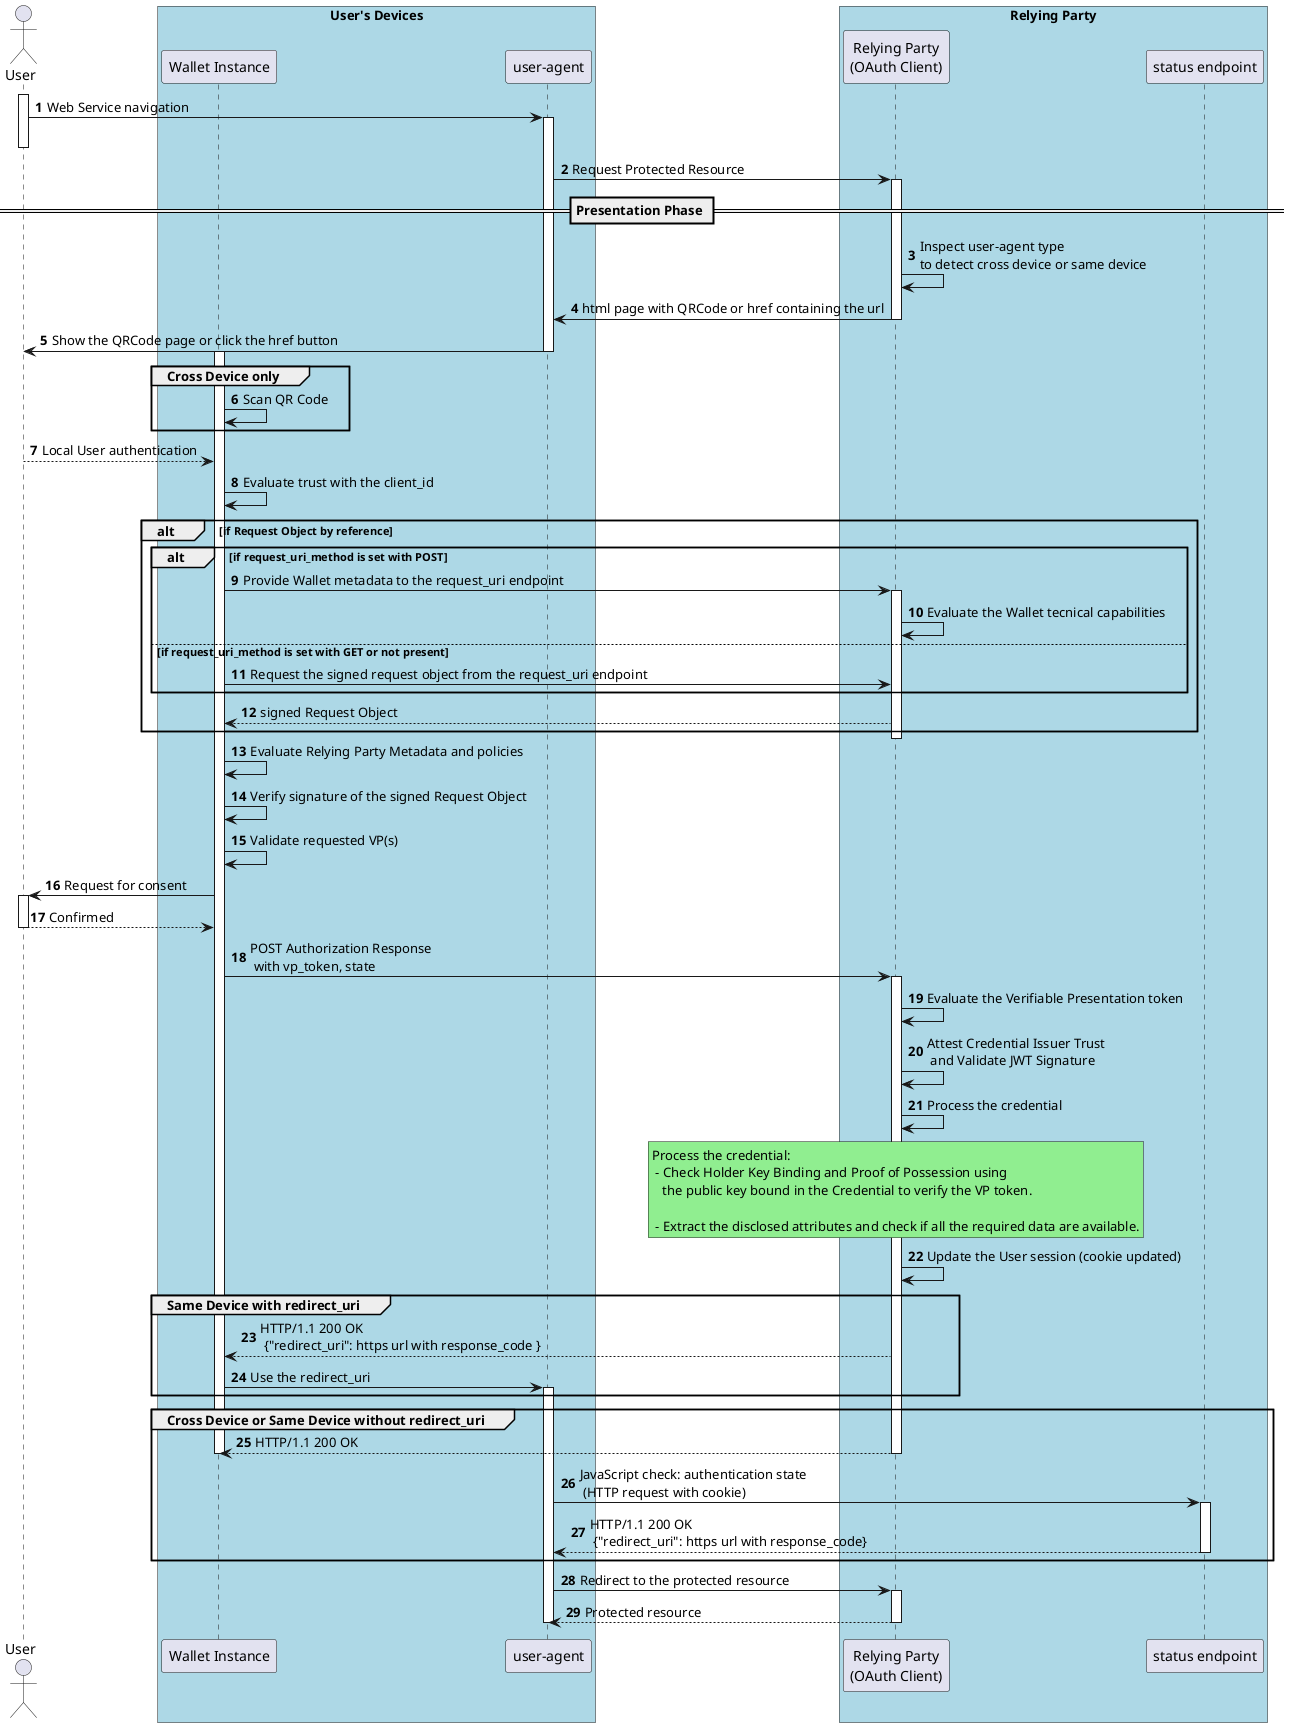
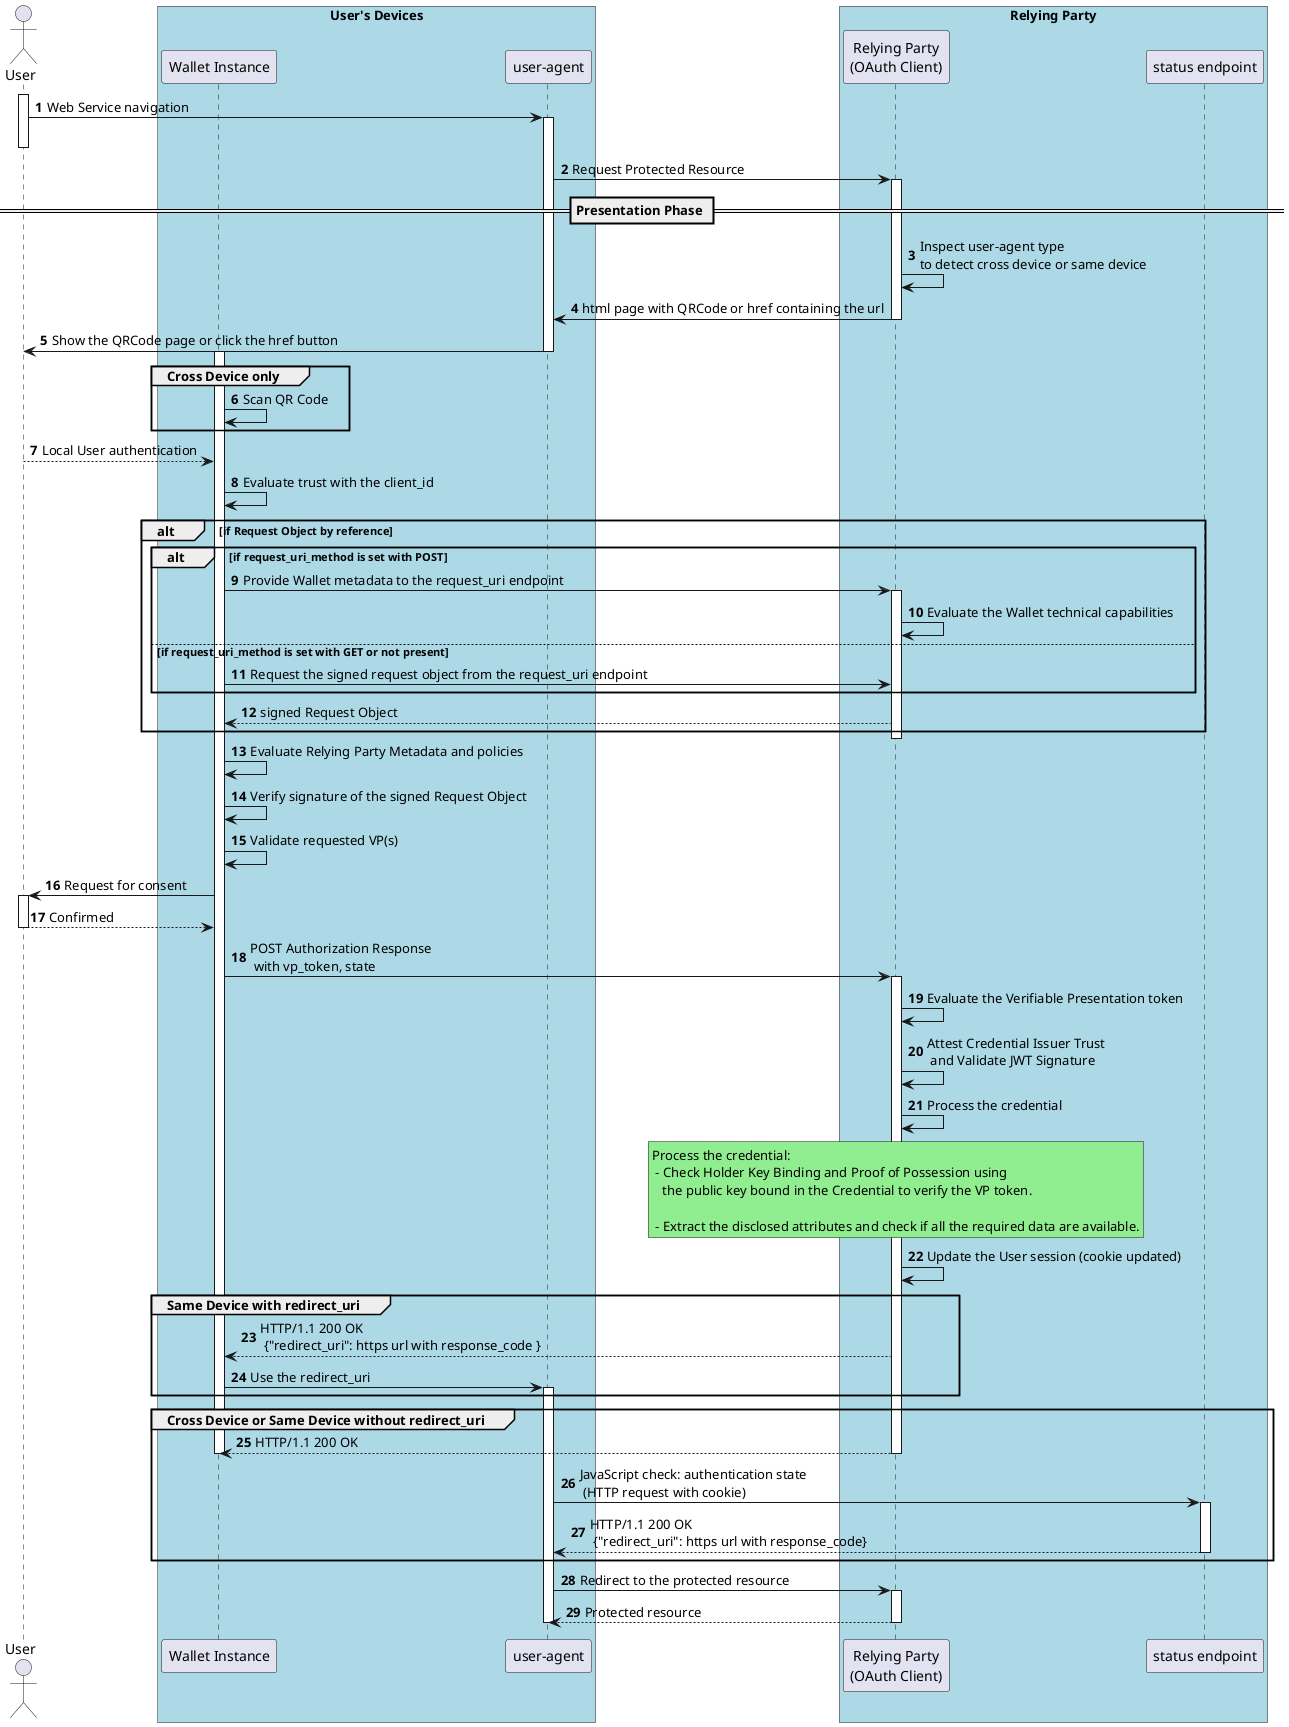
@startuml
autonumber


Actor "User" as u

box "User's Devices" #LightBlue
participant "Wallet Instance" as w
participant "user-agent" as ua
end box

box "Relying Party" #LightBlue
participant "Relying Party\n(OAuth Client)" as ve
participant "status endpoint" as se
end box



activate u
u -> ua: Web Service navigation
activate ua
deactivate u
ua -> ve: Request Protected Resource

== Presentation Phase ==
activate ve
ve -> ve: Inspect user-agent type\nto detect cross device or same device
ve -> ua: html page with QRCode or href containing the url
deactivate ve


ua -> u: Show the QRCode page or click the href button
deactivate ua
activate w

group Cross Device only
w -> w: Scan QR Code
end

u --> w: Local User authentication

w -> w: Evaluate trust with the client_id

alt if Request Object by reference
    alt if request_uri_method is set with POST
       w -> ve: Provide Wallet metadata to the request_uri endpoint
       activate ve
-        ve -> ve: Evaluate the Wallet tecnical capabilities
+        ve -> ve: Evaluate the Wallet technical capabilities
   else if request_uri_method is set with GET or not present
       w -> ve: Request the signed request object from the request_uri endpoint
   end

   ve --> w: signed Request Object

end

deactivate ve


w -> w: Evaluate Relying Party Metadata and policies
w -> w: Verify signature of the signed Request Object
w -> w: Validate requested VP(s)
w -> u: Request for consent
activate u
u --> w: Confirmed
deactivate u
w -> ve: POST Authorization Response \n with vp_token, state
activate ve
ve -> ve: Evaluate the Verifiable Presentation token
ve -> ve: Attest Credential Issuer Trust\n and Validate JWT Signature
ve -> ve: Process the credential

rnote over ve #LIGHTGREEN
Process the credential:
 - Check Holder Key Binding and Proof of Possession using
   the public key bound in the Credential to verify the VP token.

 - Extract the disclosed attributes and check if all the required data are available.
endrnote

ve -> ve: Update the User session (cookie updated)


group Same Device with redirect_uri
ve --> w: HTTP/1.1 200 OK\n {"redirect_uri": https url with response_code }
w -> ua: Use the redirect_uri
activate ua
end

group Cross Device or Same Device without redirect_uri
ve --> w: HTTP/1.1 200 OK
deactivate w
deactivate ve
ua -> se:  JavaScript check: authentication state \n (HTTP request with cookie)
activate se
se --> ua: HTTP/1.1 200 OK\n {"redirect_uri": https url with response_code}

deactivate se

end


ua -> ve: Redirect to the protected resource
activate ve
ve --> ua: Protected resource

deactivate ua
deactivate ve
@enduml